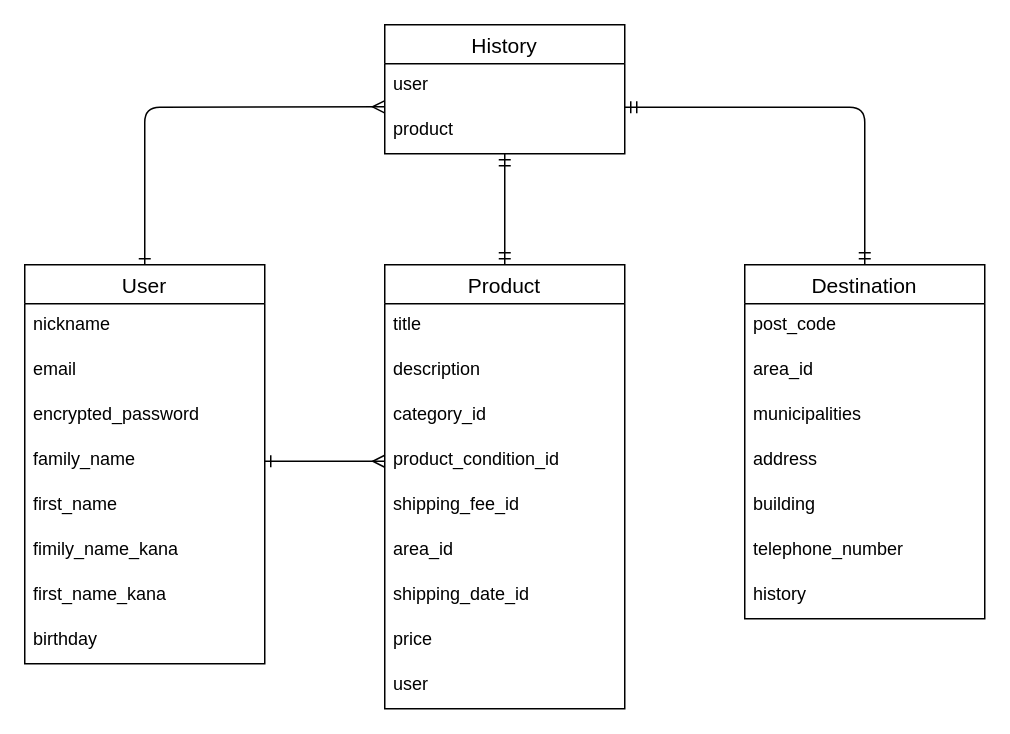
The draw.io diagram er.dio in takeru20/furima-36838, before the edit. Source tidied: cells renumbered, new cells numbered last; positions are measured from the earlier drawing's top-left corner, leaving out a move shared by most shapes. Both pictures are drawn from the tidied source at 150%, with x=0, y=0 at pixel (24, 24).
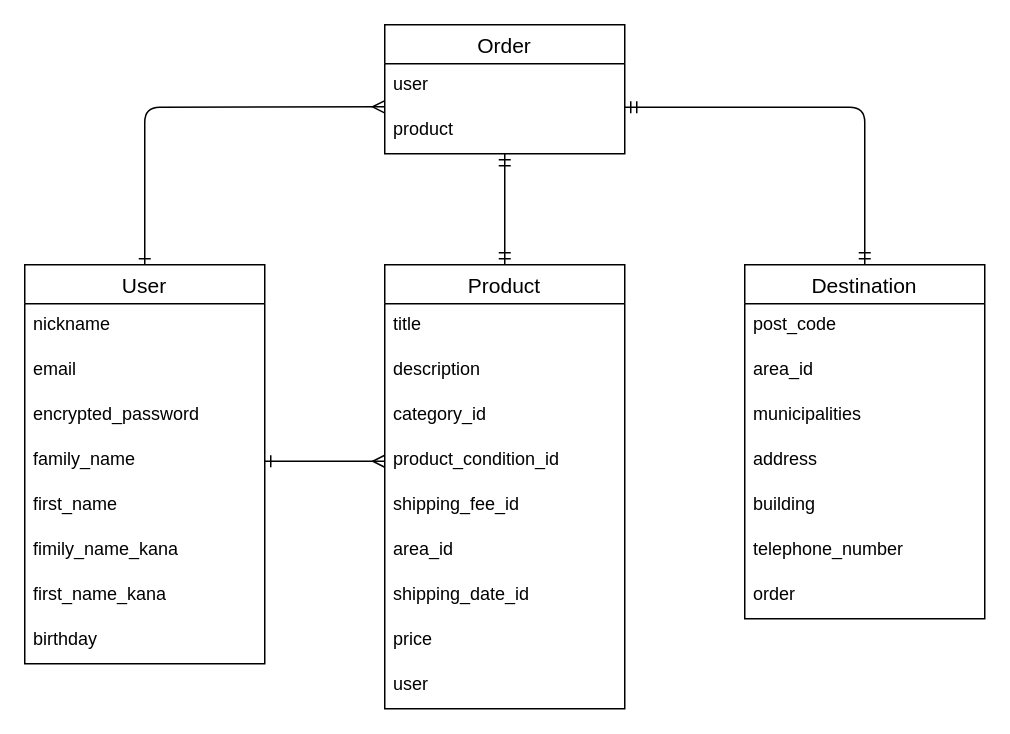
The same page after the edit.

Unchanged cells that the change refers to:
```xml
<mxCell id="24" value="Destination" style="swimlane;fontStyle=0;horizontal=1;startSize=26;align=center;fontSize=14;shadow=0;" parent="1" vertex="1">
  <mxGeometry x="480" y="160" width="160" height="236" as="geometry" />
</mxCell>
```

What changed in the source:
```diff
@@
-    <mxCell id="31" value="history" style="text;spacingLeft=4;spacingRight=4;overflow=hidden;fontSize=12;shadow=0;" parent="24" vertex="1">
+    <mxCell id="31" value="order" style="text;spacingLeft=4;spacingRight=4;overflow=hidden;fontSize=12;shadow=0;" parent="24" vertex="1">
       <mxGeometry y="206" width="160" height="30" as="geometry" />
     </mxCell>
-    <mxCell id="32" value="History" style="swimlane;fontStyle=0;horizontal=1;startSize=26;align=center;fontSize=14;" parent="1" vertex="1">
+    <mxCell id="32" value="Order" style="swimlane;fontStyle=0;horizontal=1;startSize=26;align=center;fontSize=14;" parent="1" vertex="1">
       <mxGeometry x="240" width="160" height="86" as="geometry" />
     </mxCell>
```
